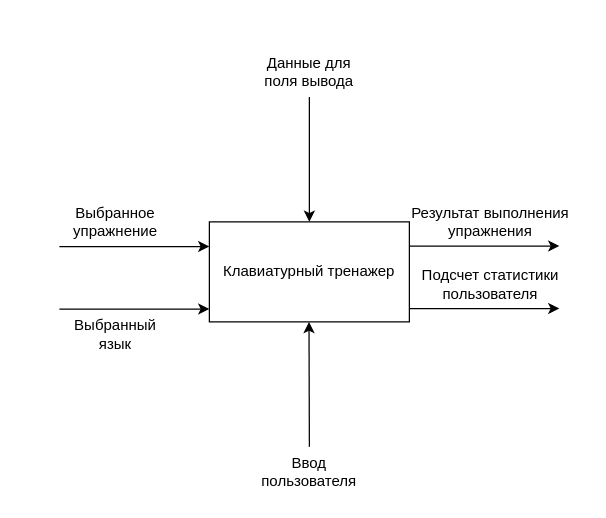
Above: page "Страница — 2" (2 of 3) of Диаграммы.drawio in cans1z/Keyboard-trainer (draw.io), before the change. Source tidied: cells renumbered, new cells numbered last; positions are measured from the earlier drawing's top-left corner, leaving out a move shared by most shapes. Both pictures are drawn from the tidied source at 125%, with x=0, y=0 at pixel (59, 46).
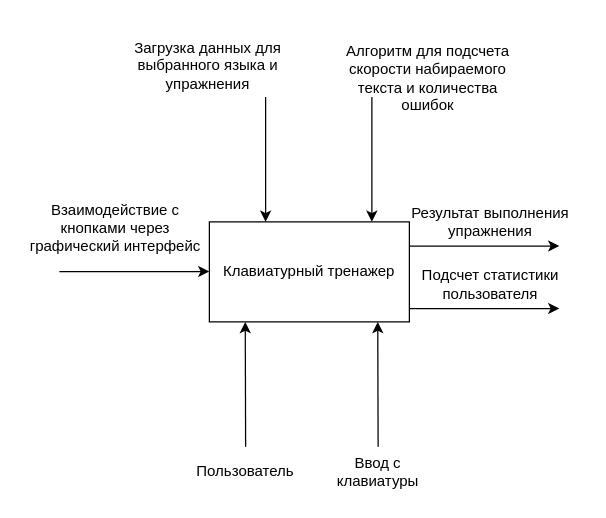
The same diagram, later.

The change refers to these unchanged cells:
```xml
<mxCell id="2" value="Клавиатурный тренажер" style="rounded=0;whiteSpace=wrap;html=1;" parent="1" vertex="1">
  <mxGeometry x="120" y="140" width="160" height="80" as="geometry" />
</mxCell>
```

Diff of the diagram source:
```diff
@@
-    <mxCell id="3" style="endArrow=classic;html=1;rounded=0;entryX=0.5;entryY=0;entryDx=0;entryDy=0;" parent="1" edge="1" target="2">
+    <mxCell id="3" style="endArrow=classic;html=1;rounded=0;entryX=0.5;entryY=0;entryDx=0;entryDy=0;" parent="1" edge="1">
       <mxGeometry relative="1" as="geometry">
-        <mxPoint x="200" y="40" as="sourcePoint" />
+        <mxPoint x="165" y="40" as="sourcePoint" />
+        <mxPoint x="165" y="140" as="targetPoint" />
       </mxGeometry>
     </mxCell>
     <mxCell id="4" style="endArrow=classic;html=1;rounded=0;" parent="1" edge="1">
       <mxGeometry relative="1" as="geometry">
-        <mxPoint x="200" y="320" as="sourcePoint" />
-        <mxPoint x="199.7" y="220" as="targetPoint" />
+        <mxPoint x="149" y="320" as="sourcePoint" />
+        <mxPoint x="148.7" y="220" as="targetPoint" />
       </mxGeometry>
     </mxCell>
-    <mxCell id="5" value="Ввод пользователя" style="text;html=1;align=center;verticalAlign=middle;whiteSpace=wrap;rounded=0;" parent="1" vertex="1">
-      <mxGeometry x="155" y="320" width="90" height="40" as="geometry" />
+    <mxCell id="5" value="Пользователь" style="text;html=1;align=center;verticalAlign=middle;whiteSpace=wrap;rounded=0;" parent="1" vertex="1">
+      <mxGeometry x="104" y="320" width="90" height="40" as="geometry" />
     </mxCell>
-    <mxCell id="6" value="Выбранное упражнение" style="text;html=1;align=center;verticalAlign=middle;whiteSpace=wrap;rounded=0;" parent="1" vertex="1">
-      <mxGeometry y="120" width="90" height="40" as="geometry" />
-    </mxCell>
     <mxCell id="7" style="endArrow=classic;html=1;rounded=0;entryX=0.5;entryY=0;entryDx=0;entryDy=0;" parent="1" edge="1">
       <mxGeometry relative="1" as="geometry">
-        <mxPoint y="159.7" as="sourcePoint" />
-        <mxPoint x="120" y="159.7" as="targetPoint" />
+        <mxPoint y="179.7" as="sourcePoint" />
+        <mxPoint x="120" y="179.7" as="targetPoint" />
       </mxGeometry>
     </mxCell>
-    <mxCell id="8" value="Выбранный язык" style="text;html=1;align=center;verticalAlign=middle;whiteSpace=wrap;rounded=0;" parent="1" vertex="1">
-      <mxGeometry y="210" width="90" height="40" as="geometry" />
-    </mxCell>
-    <mxCell id="9" style="endArrow=classic;html=1;rounded=0;entryX=0.5;entryY=0;entryDx=0;entryDy=0;" parent="1" edge="1">
-      <mxGeometry relative="1" as="geometry">
-        <mxPoint y="209.7" as="sourcePoint" />
-        <mxPoint x="120" y="209.7" as="targetPoint" />
-      </mxGeometry>
-    </mxCell>
-    <mxCell id="10" value="Данные для поля вывода" style="text;html=1;align=center;verticalAlign=middle;whiteSpace=wrap;rounded=0;" parent="1" vertex="1">
-      <mxGeometry x="155" width="90" height="40" as="geometry" />
-    </mxCell>
@@
+    <mxCell id="15" style="endArrow=classic;html=1;rounded=0;" parent="1" edge="1">
+      <mxGeometry relative="1" as="geometry">
+        <mxPoint x="255" y="320" as="sourcePoint" />
+        <mxPoint x="254.7" y="220" as="targetPoint" />
+      </mxGeometry>
+    </mxCell>
+    <mxCell id="16" value="Ввод с клавиатуры" style="text;html=1;align=center;verticalAlign=middle;whiteSpace=wrap;rounded=0;" parent="1" vertex="1">
+      <mxGeometry x="210" y="320" width="90" height="40" as="geometry" />
+    </mxCell>
+    <mxCell id="17" value="Взаимодействие с кнопками через графический интерфейс" style="text;html=1;align=center;verticalAlign=middle;whiteSpace=wrap;rounded=0;" parent="1" vertex="1">
+      <mxGeometry x="-30" y="110" width="150" height="70" as="geometry" />
+    </mxCell>
+    <mxCell id="18" value="Загрузка данных для выбранного языка и упражнения" style="text;html=1;align=center;verticalAlign=middle;whiteSpace=wrap;rounded=0;" parent="1" vertex="1">
+      <mxGeometry x="44" y="-20" width="150" height="70" as="geometry" />
+    </mxCell>
+    <mxCell id="19" style="endArrow=classic;html=1;rounded=0;entryX=0.5;entryY=0;entryDx=0;entryDy=0;" parent="1" edge="1">
+      <mxGeometry relative="1" as="geometry">
+        <mxPoint x="250" y="40" as="sourcePoint" />
+        <mxPoint x="250" y="140" as="targetPoint" />
+      </mxGeometry>
+    </mxCell>
+    <mxCell id="20" value="Алгоритм для подсчета скорости набираемого текста и количества ошибок" style="text;html=1;align=center;verticalAlign=middle;whiteSpace=wrap;rounded=0;" parent="1" vertex="1">
+      <mxGeometry x="220" y="-10" width="150" height="70" as="geometry" />
+    </mxCell>
```
